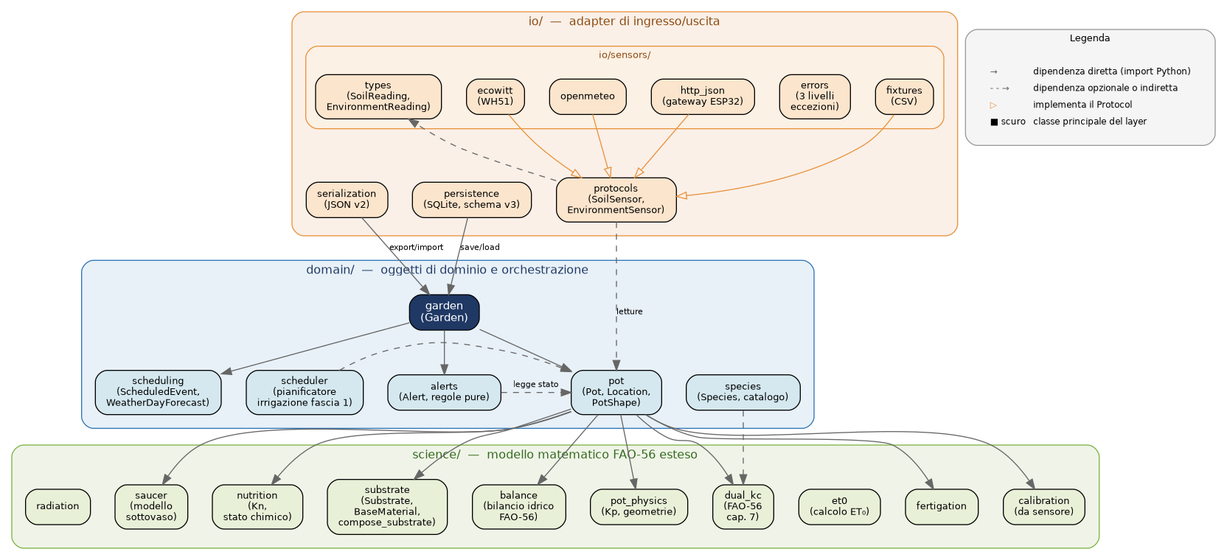
andrewdotexs/fitosim keeps this Graphviz diagram as docs/uml/fitosim_packages.png. Above is the earlier version. Its source is kept beside it as docs/uml/fitosim_packages.dot.
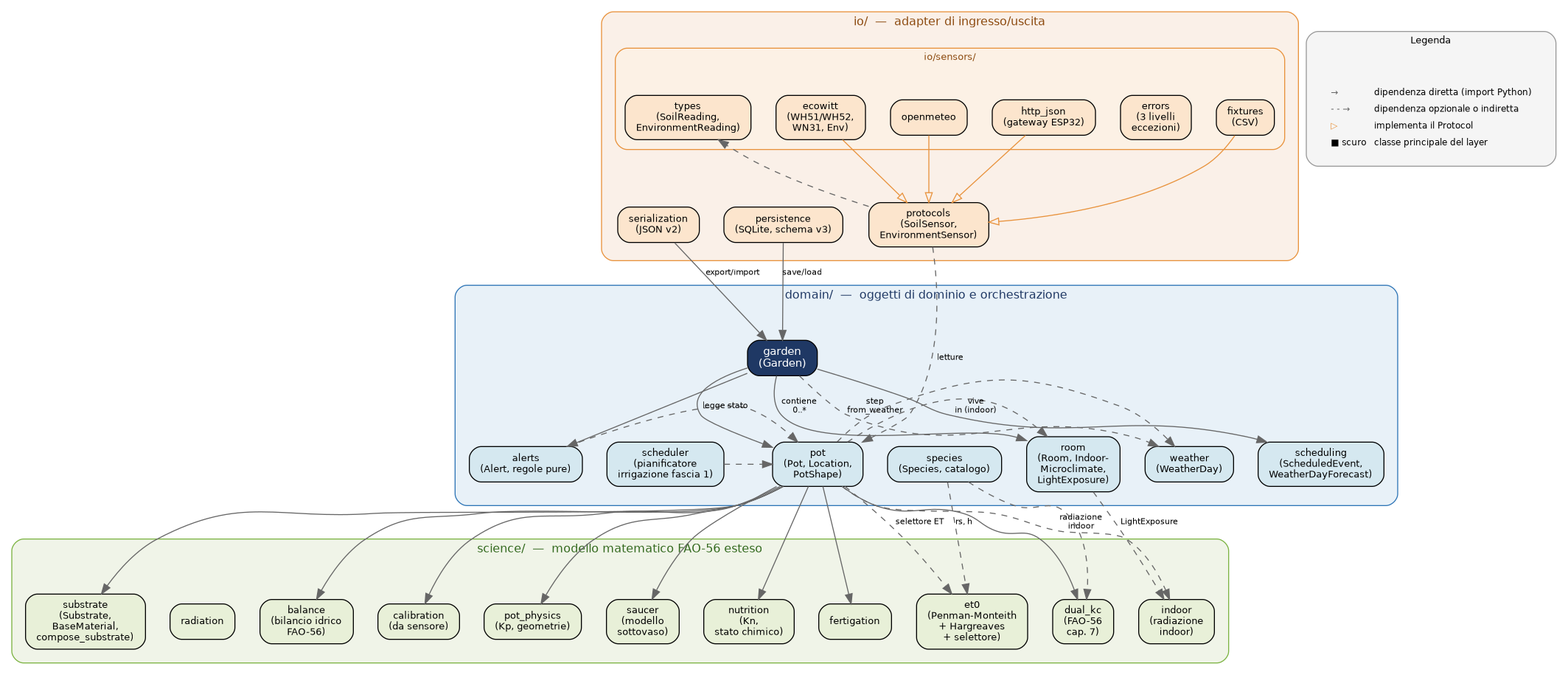
The same file after the commit.

Diff of the diagram source:
```diff
@@ -8,7 +8,7 @@
     graph [fontname="Helvetica", fontsize=11];
     bgcolor="white";
     nodesep=0.35;
-    ranksep=0.55;
+    ranksep=0.6;
     compound=true;
     splines=true;
 
@@ -37,7 +37,7 @@
             sensor_types [label="types\n(SoilReading,\nEnvironmentReading)", fillcolor="#FCE5CD"];
             sensor_errors [label="errors\n(3 livelli\neccezioni)", fillcolor="#FCE5CD"];
 
-            sensor_ecowitt [label="ecowitt\n(WH51)", fillcolor="#FCE5CD"];
+            sensor_ecowitt [label="ecowitt\n(WH51/WH52,\nWN31, Env)", fillcolor="#FCE5CD"];
             sensor_openmeteo [label="openmeteo", fillcolor="#FCE5CD"];
             sensor_http [label="http_json\n(gateway ESP32)", fillcolor="#FCE5CD"];
             sensor_fixtures [label="fixtures\n(CSV)", fillcolor="#FCE5CD"];
@@ -68,11 +68,13 @@
                 fontsize=11];
         pot [label="pot\n(Pot, Location,\nPotShape)", fillcolor="#D5E8F0"];
         species [label="species\n(Species, catalogo)", fillcolor="#D5E8F0"];
+        room [label="room\n(Room, Indoor-\nMicroclimate,\nLightExposure)", fillcolor="#D5E8F0"];
+        weather [label="weather\n(WeatherDay)", fillcolor="#D5E8F0"];
         alerts [label="alerts\n(Alert, regole pure)", fillcolor="#D5E8F0"];
         scheduling [label="scheduling\n(ScheduledEvent,\nWeatherDayForecast)", fillcolor="#D5E8F0"];
         scheduler [label="scheduler\n(pianificatore\nirrigazione fascia 1)", fillcolor="#D5E8F0"];
 
-        { rank=same; pot; species; alerts; scheduling; scheduler; }
+        { rank=same; pot; species; room; weather; alerts; scheduling; scheduler; }
     }
 
     subgraph cluster_science {
@@ -86,7 +88,7 @@
 
         substrate [label="substrate\n(Substrate,\nBaseMaterial,\ncompose_substrate)", fillcolor="#E8F0D8"];
         balance [label="balance\n(bilancio idrico\nFAO-56)", fillcolor="#E8F0D8"];
-        et0 [label="et0\n(calcolo ET₀)", fillcolor="#E8F0D8"];
+        et0 [label="et0\n(Penman-Monteith\n+ Hargreaves\n+ selettore)", fillcolor="#E8F0D8"];
         dual_kc [label="dual_kc\n(FAO-56\ncap. 7)", fillcolor="#E8F0D8"];
         pot_physics [label="pot_physics\n(Kp, geometrie)", fillcolor="#E8F0D8"];
         saucer [label="saucer\n(modello\nsottovaso)", fillcolor="#E8F0D8"];
@@ -94,8 +96,9 @@
         fertigation [label="fertigation", fillcolor="#E8F0D8"];
         calibration [label="calibration\n(da sensore)", fillcolor="#E8F0D8"];
         radiation [label="radiation", fillcolor="#E8F0D8"];
+        indoor [label="indoor\n(radiazione\nindoor)", fillcolor="#E8F0D8"];
 
-        { rank=same; substrate; balance; pot_physics; nutrition; saucer; }
+        { rank=same; substrate; balance; pot_physics; nutrition; saucer; indoor; }
         { rank=same; et0; dual_kc; fertigation; calibration; radiation; }
     }
 
@@ -112,11 +115,19 @@
     pot -> nutrition;
     pot -> fertigation;
     pot -> calibration;
+    pot -> et0 [style=dashed, label="selettore ET"];
+    pot -> indoor [style=dashed, label="radiazione\nindoor"];
     species -> dual_kc [style=dashed];
+    species -> et0 [style=dashed, label="rs, h"];
 
     garden -> pot;
     garden -> alerts;
     garden -> scheduling;
+    garden -> room [label="contiene\n0..*"];
+    garden -> weather [style=dashed, label="step\nfrom_weather"];
+    pot -> room [style=dashed, label="vive\nin (indoor)"];
+    pot -> weather [style=dashed];
+    room -> indoor [style=dashed, label="LightExposure"];
     alerts -> pot [style=dashed, label="legge stato"];
     scheduler -> pot [style=dashed];
 
```
